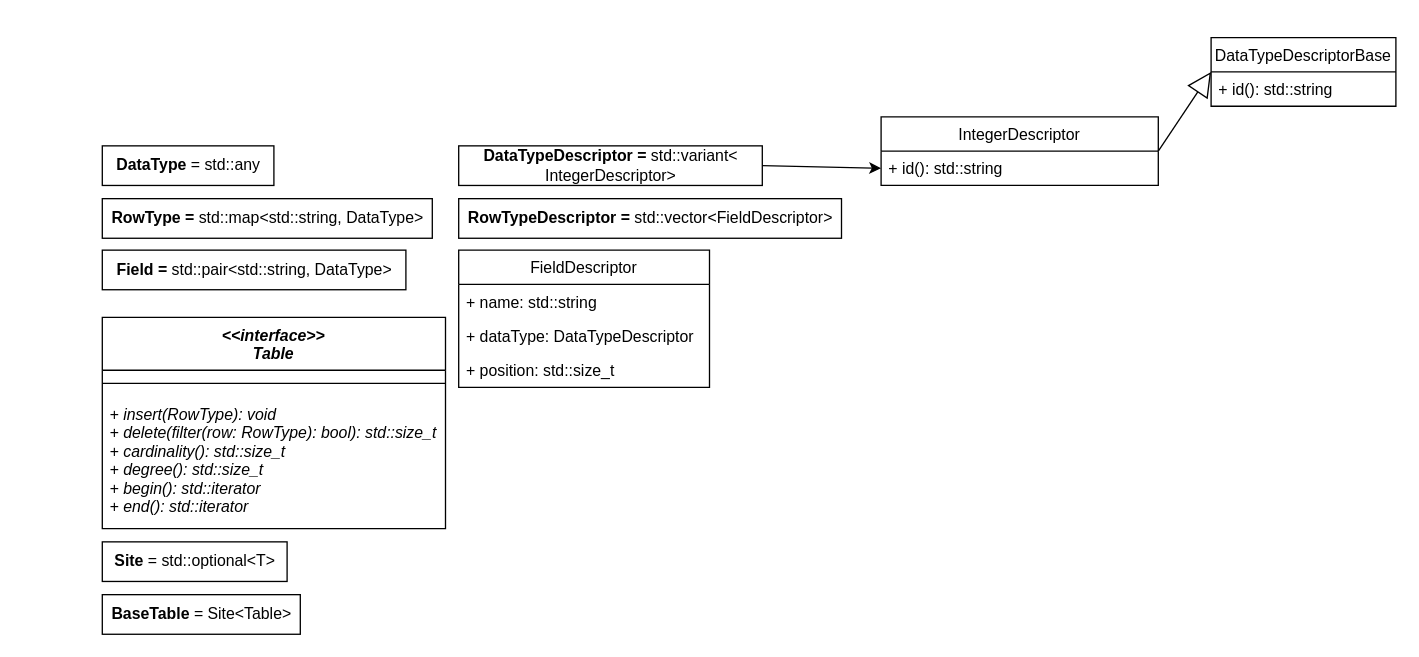
Earlier version of the draw.io diagram page "Class" (2 of 2) of docs/Classes.drawio (Yao-Chung/WinterSQL). Source tidied: cells renumbered, new cells numbered last; positions are measured from the earlier drawing's top-left corner, leaving out a move shared by most shapes. Both pictures are drawn from the tidied source at 132%, with x=0, y=0 at pixel (102, 37).
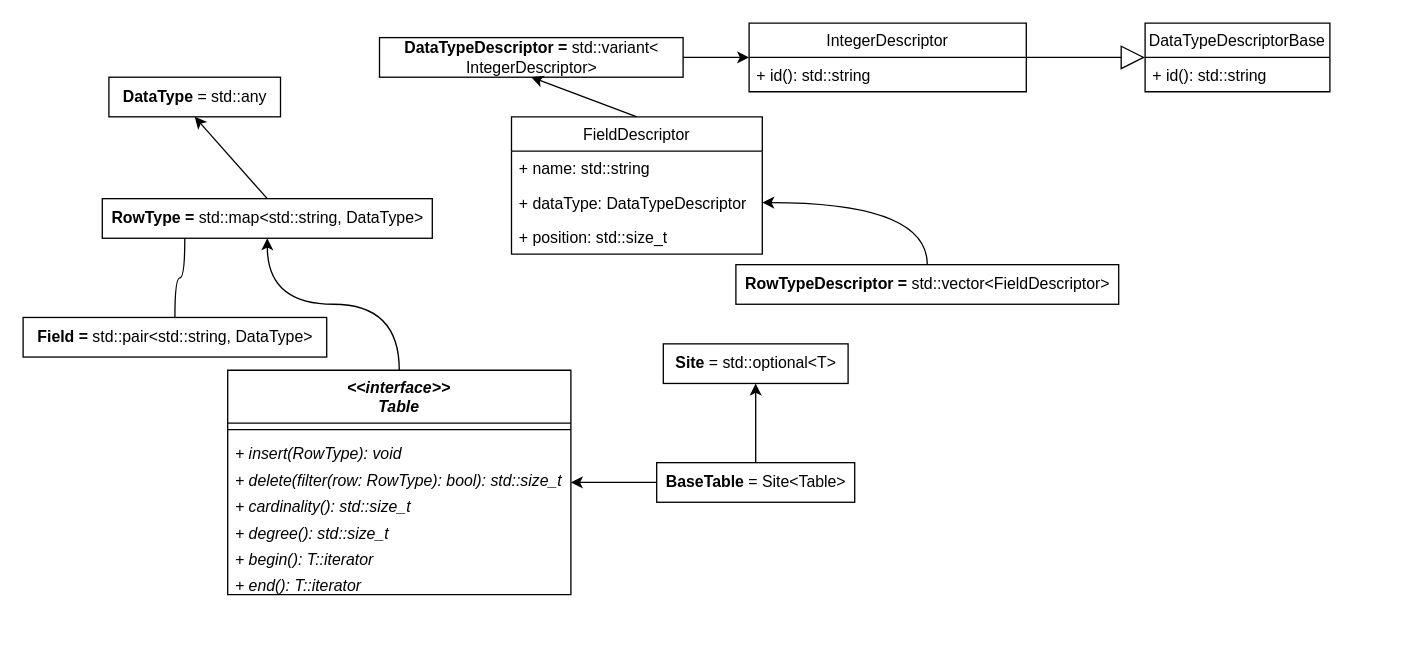
Above is the later version.

The change refers to these unchanged cells:
```xml
<mxCell id="2" value="&lt;span style=&quot;font-weight: 700&quot;&gt;RowType =&amp;nbsp;&lt;/span&gt;std::map&amp;lt;std::string, DataType&amp;gt;" style="html=1;" parent="1" vertex="1">
  <mxGeometry y="122" width="250" height="30" as="geometry" />
</mxCell>
<mxCell id="13" value="+ id(): std::string" style="text;strokeColor=none;fillColor=none;align=left;verticalAlign=top;spacingLeft=4;spacingRight=4;overflow=hidden;points=[[0,0.5],[1,0.5]];portConstraint=eastwest;" parent="12" vertex="1">
  <mxGeometry y="26" width="210" height="26" as="geometry" />
</mxCell>
<mxCell id="18" value="+ dataType: DataTypeDescriptor" style="text;strokeColor=none;fillColor=none;align=left;verticalAlign=top;spacingLeft=4;spacingRight=4;overflow=hidden;points=[[0,0.5],[1,0.5]];portConstraint=eastwest;" parent="16" vertex="1">
  <mxGeometry y="52" width="190" height="26" as="geometry" />
</mxCell>
```

Diff of the diagram source:
```diff
@@
+    <mxCell id="22" style="edgeStyle=none;html=1;exitX=0.5;exitY=0;exitDx=0;exitDy=0;entryX=0.5;entryY=1;entryDx=0;entryDy=0;" parent="1" edge="1" source="2" target="8">
+      <mxGeometry relative="1" as="geometry" />
+    </mxCell>
@@
+    <mxCell id="23" style="edgeStyle=orthogonalEdgeStyle;curved=1;html=1;exitX=0.5;exitY=0;exitDx=0;exitDy=0;entryX=0.25;entryY=1;entryDx=0;entryDy=0;endArrow=none;endFill=0;" parent="1" edge="1" source="3" target="2">
+      <mxGeometry relative="1" as="geometry" />
+    </mxCell>
     <mxCell id="3" value="&lt;b&gt;Field =&amp;nbsp;&lt;/b&gt;std::pair&amp;lt;std::string, DataType&amp;gt;" style="html=1;" parent="1" vertex="1">
-      <mxGeometry y="161" width="230" height="30" as="geometry" />
+      <mxGeometry x="-60" y="212" width="230" height="30" as="geometry" />
     </mxCell>
+    <mxCell id="24" style="edgeStyle=orthogonalEdgeStyle;html=1;curved=1;" parent="1" edge="1" source="4" target="2">
+      <mxGeometry relative="1" as="geometry" />
+    </mxCell>
     <mxCell id="4" value="&lt;&lt;interface&gt;&gt;&#10;Table" style="swimlane;fontStyle=3;align=center;verticalAlign=top;horizontal=1;startSize=40;" parent="1" vertex="1">
-      <mxGeometry y="212" width="260" height="160" as="geometry" />
+      <mxGeometry x="95" y="252" width="260" height="170" as="geometry" />
     </mxCell>
     <mxCell id="5" style="line;strokeWidth=1;fillColor=none;align=left;verticalAlign=middle;spacingTop=-1;spacingLeft=3;spacingRight=3;labelPosition=right;" parent="4" vertex="1">
-      <mxGeometry y="40" width="260" height="20" as="geometry" />
+      <mxGeometry y="40" width="260" height="10" as="geometry" />
     </mxCell>
-    <mxCell id="6" value="+ insert(RowType): void&#10;+ delete(filter(row: RowType): bool): std::size_t&#10;+ cardinality(): std::size_t&#10;+ degree(): std::size_t&#10;+ begin(): std::iterator&#10;+ end(): std::iterator" style="text;strokeColor=none;fillColor=none;align=left;verticalAlign=top;spacingLeft=4;spacingRight=4;overflow=hidden;fontStyle=2;" parent="4" vertex="1">
-      <mxGeometry y="60" width="260" height="100" as="geometry" />
+    <mxCell id="6" value="+ insert(RowType): void" style="text;strokeColor=none;fillColor=none;align=left;verticalAlign=top;spacingLeft=4;spacingRight=4;overflow=hidden;fontStyle=2;" parent="4" vertex="1">
+      <mxGeometry y="50" width="260" height="20" as="geometry" />
     </mxCell>
+    <mxCell id="25" value="+ delete(filter(row: RowType): bool): std::size_t" style="text;strokeColor=none;fillColor=none;align=left;verticalAlign=top;spacingLeft=4;spacingRight=4;overflow=hidden;fontStyle=2;" parent="4" vertex="1">
+      <mxGeometry y="70" width="260" height="20" as="geometry" />
+    </mxCell>
+    <mxCell id="26" value="+ cardinality(): std::size_t" style="text;strokeColor=none;fillColor=none;align=left;verticalAlign=top;spacingLeft=4;spacingRight=4;overflow=hidden;fontStyle=2;" parent="4" vertex="1">
+      <mxGeometry y="90" width="260" height="20" as="geometry" />
+    </mxCell>
+    <mxCell id="27" value="+ degree(): std::size_t" style="text;strokeColor=none;fillColor=none;align=left;verticalAlign=top;spacingLeft=4;spacingRight=4;overflow=hidden;fontStyle=2;" parent="4" vertex="1">
+      <mxGeometry y="110" width="260" height="20" as="geometry" />
+    </mxCell>
+    <mxCell id="28" value="+ begin(): T::iterator" style="text;strokeColor=none;fillColor=none;align=left;verticalAlign=top;spacingLeft=4;spacingRight=4;overflow=hidden;fontStyle=2;" parent="4" vertex="1">
+      <mxGeometry y="130" width="260" height="20" as="geometry" />
+    </mxCell>
+    <mxCell id="29" value="+ end(): T::iterator" style="text;strokeColor=none;fillColor=none;align=left;verticalAlign=top;spacingLeft=4;spacingRight=4;overflow=hidden;fontStyle=2;" parent="4" vertex="1">
+      <mxGeometry y="150" width="260" height="20" as="geometry" />
+    </mxCell>
+    <mxCell id="30" style="edgeStyle=orthogonalEdgeStyle;html=1;exitX=0.5;exitY=0;exitDx=0;exitDy=0;entryX=1;entryY=0.5;entryDx=0;entryDy=0;curved=1;" parent="1" edge="1" source="7" target="18">
+      <mxGeometry relative="1" as="geometry" />
+    </mxCell>
     <mxCell id="7" value="&lt;span style=&quot;font-weight: 700&quot;&gt;RowTypeDescriptor =&amp;nbsp;&lt;/span&gt;std::vector&amp;lt;FieldDescriptor&amp;gt;" style="html=1;" parent="1" vertex="1">
-      <mxGeometry x="270" y="122" width="290" height="30" as="geometry" />
+      <mxGeometry x="480" y="172" width="290" height="30" as="geometry" />
     </mxCell>
     <mxCell id="8" value="&lt;span style=&quot;font-weight: 700&quot;&gt;DataType &lt;/span&gt;= std::any" style="html=1;" parent="1" vertex="1">
-      <mxGeometry y="82" width="130" height="30" as="geometry" />
+      <mxGeometry x="5" y="30" width="130" height="30" as="geometry" />
     </mxCell>
     <mxCell id="9" value="&lt;span style=&quot;font-weight: 700&quot;&gt;DataTypeDescriptor =&amp;nbsp;&lt;/span&gt;std::variant&amp;lt;&lt;br&gt;IntegerDescriptor&amp;gt;" style="html=1;" parent="1" vertex="1">
-      <mxGeometry x="270" y="82" width="230" height="30" as="geometry" />
+      <mxGeometry x="210" width="230" height="30" as="geometry" />
     </mxCell>
     <mxCell id="10" value="DataTypeDescriptorBase" style="swimlane;fontStyle=0;horizontal=1;startSize=26;fillColor=none;" parent="1" vertex="1">
-      <mxGeometry x="840" width="140" height="52" as="geometry" />
+      <mxGeometry x="790" y="-11" width="140" height="52" as="geometry" />
     </mxCell>
@@
     <mxCell id="12" value="IntegerDescriptor" style="swimlane;fontStyle=0;horizontal=1;startSize=26;fillColor=none;" parent="1" vertex="1">
-      <mxGeometry x="590" y="60" width="210" height="52" as="geometry" />
+      <mxGeometry x="490" y="-11" width="210" height="52" as="geometry" />
     </mxCell>
@@
-    <mxCell id="14" style="endArrow=classic;html=1;entryX=0;entryY=0.5;entryDx=0;entryDy=0;exitX=1;exitY=0.5;exitDx=0;exitDy=0;" parent="1" edge="1" source="9" target="13">
+    <mxCell id="14" style="endArrow=classic;html=1;exitX=1;exitY=0.5;exitDx=0;exitDy=0;" parent="1" edge="1" source="9" target="12">
       <mxGeometry relative="1" as="geometry" />
     </mxCell>
@@
+    <mxCell id="31" style="edgeStyle=none;html=1;exitX=0.5;exitY=0;exitDx=0;exitDy=0;entryX=0.5;entryY=1;entryDx=0;entryDy=0;" parent="1" edge="1" source="16" target="9">
+      <mxGeometry relative="1" as="geometry" />
+    </mxCell>
     <mxCell id="16" value="FieldDescriptor" style="swimlane;fontStyle=0;horizontal=1;startSize=26;fillColor=none;" parent="1" vertex="1">
-      <mxGeometry x="270" y="161" width="190" height="104" as="geometry" />
+      <mxGeometry x="310" y="60" width="190" height="104" as="geometry" />
     </mxCell>
@@
     <mxCell id="20" value="&lt;span style=&quot;font-weight: 700&quot;&gt;Site&amp;nbsp;&lt;/span&gt;= std::optional&amp;lt;T&amp;gt;" style="html=1;" parent="1" vertex="1">
-      <mxGeometry y="382" width="140" height="30" as="geometry" />
+      <mxGeometry x="425" y="232" width="140" height="30" as="geometry" />
     </mxCell>
+    <mxCell id="32" style="edgeStyle=orthogonalEdgeStyle;curved=1;html=1;exitX=0.5;exitY=0;exitDx=0;exitDy=0;entryX=0.5;entryY=1;entryDx=0;entryDy=0;endArrow=classic;endFill=1;" parent="1" edge="1" source="21" target="20">
+      <mxGeometry relative="1" as="geometry" />
+    </mxCell>
+    <mxCell id="33" style="edgeStyle=orthogonalEdgeStyle;curved=1;html=1;endArrow=classic;endFill=1;" parent="1" edge="1" source="21" target="4">
+      <mxGeometry relative="1" as="geometry" />
+    </mxCell>
     <mxCell id="21" value="&lt;span style=&quot;font-weight: 700&quot;&gt;BaseTable&amp;nbsp;&lt;/span&gt;= Site&amp;lt;Table&amp;gt;" style="html=1;" parent="1" vertex="1">
-      <mxGeometry y="422" width="150" height="30" as="geometry" />
+      <mxGeometry x="420" y="322" width="150" height="30" as="geometry" />
     </mxCell>
```
